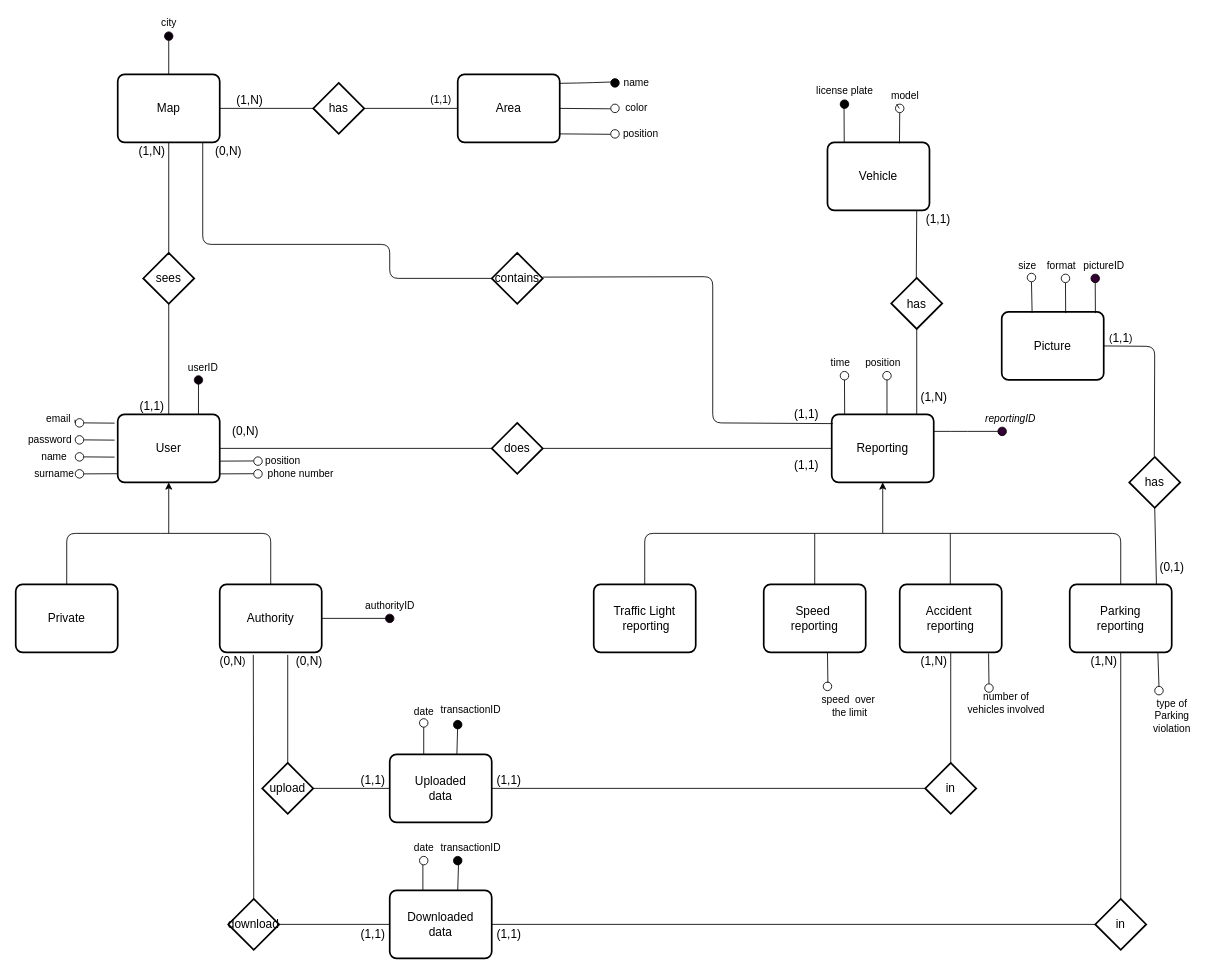
The draw.io diagram page "Page-3" (3 of 5) of DD diagrams/drawio files/section2Diagrams(GINO).drawio in AmeCarr/CarrioliCeruti, before the edit. Source tidied: cells renumbered, new cells numbered last; positions are measured from the earlier drawing's top-left corner, leaving out a move shared by most shapes. Both pictures are drawn from the tidied source at 85%, with x=0, y=0 at pixel (15, 14).
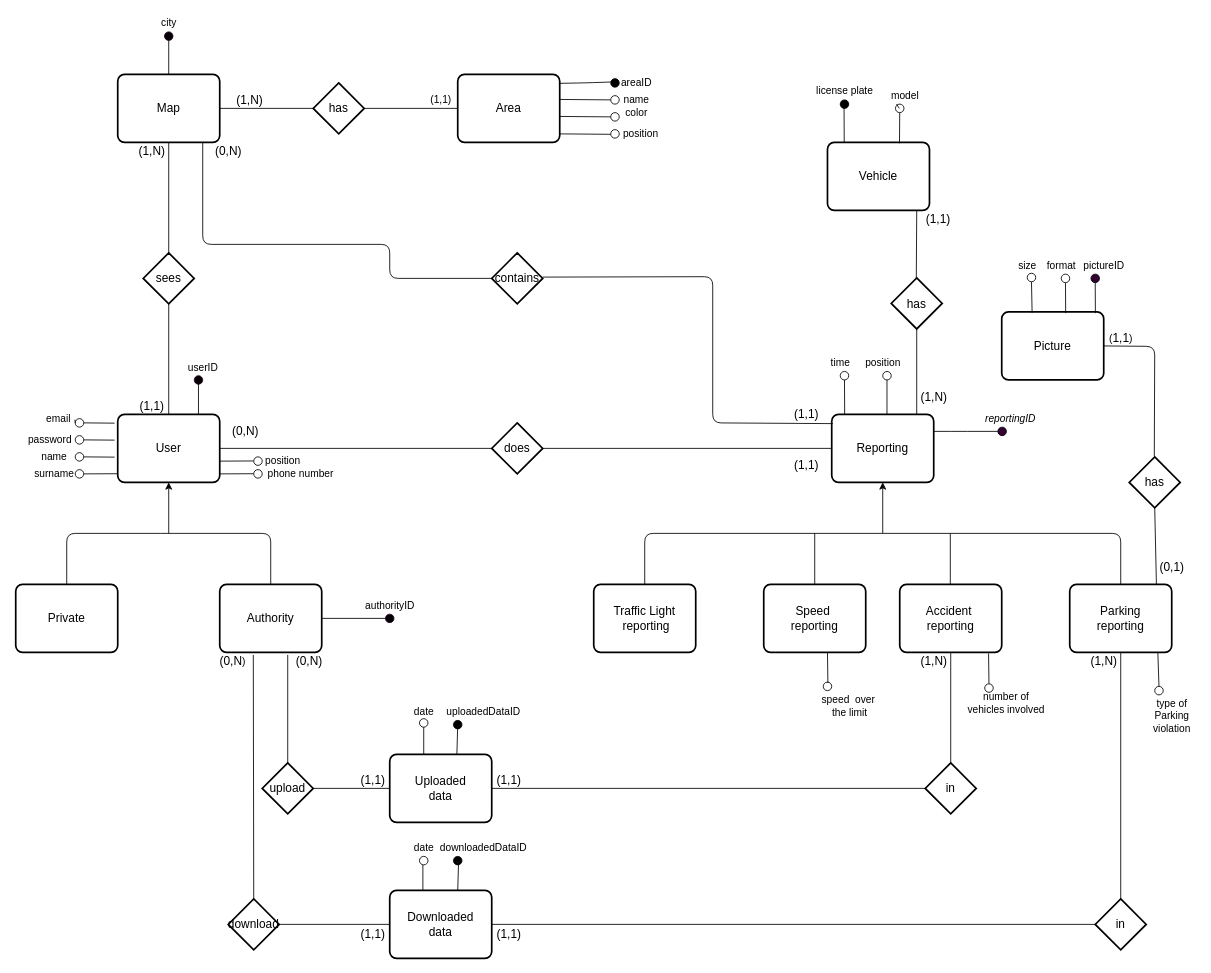
Above is the later version.

Change to the diagram source:
```diff
@@
-    <mxCell id="132" value="name" style="text;html=1;align=center;verticalAlign=middle;" parent="1" vertex="1">
+    <mxCell id="132" value="areaID" style="text;html=1;align=center;verticalAlign=middle;" parent="1" vertex="1">
       <mxGeometry x="705" y="70" width="50" height="20" as="geometry" />
     </mxCell>
     <mxCell id="133" style="endArrow=none;html=1;strokeColor=#000000;entryX=1;entryY=0.25;entryDx=0;entryDy=0;" parent="1" edge="1">
       <mxGeometry relative="1" as="geometry">
-        <mxPoint x="700" y="110.5" as="sourcePoint" />
-        <mxPoint x="640" y="110" as="targetPoint" />
+        <mxPoint x="700" y="120" as="sourcePoint" />
+        <mxPoint x="640" y="119.5" as="targetPoint" />
       </mxGeometry>
     </mxCell>
     <mxCell id="134" style="ellipse;whiteSpace=wrap;html=1;" parent="1" vertex="1">
-      <mxGeometry x="700" y="105" width="10" height="10" as="geometry" />
+      <mxGeometry x="700" y="115" width="10" height="10" as="geometry" />
     </mxCell>
     <mxCell id="135" value="color" style="text;html=1;align=center;verticalAlign=middle;" parent="1" vertex="1">
-      <mxGeometry x="710" y="100" width="40" height="20" as="geometry" />
+      <mxGeometry x="710" y="105" width="40" height="20" as="geometry" />
     </mxCell>
@@
-    <mxCell id="153" value="transactionID" style="text;html=1;align=center;verticalAlign=middle;" parent="1" vertex="1">
-      <mxGeometry x="490" y="808" width="90" height="20" as="geometry" />
+    <mxCell id="153" value="uploadedDataID" style="text;html=1;align=center;verticalAlign=middle;" parent="1" vertex="1">
+      <mxGeometry x="500" y="810" width="100" height="20" as="geometry" />
     </mxCell>
@@
-    <mxCell id="159" value="transactionID" style="text;html=1;align=center;verticalAlign=middle;" parent="1" vertex="1">
-      <mxGeometry x="490" y="970" width="90" height="20" as="geometry" />
+    <mxCell id="159" value="downloadedDataID" style="text;html=1;align=center;verticalAlign=middle;" parent="1" vertex="1">
+      <mxGeometry x="490" y="970" width="120" height="20" as="geometry" />
     </mxCell>
+    <mxCell id="160" style="endArrow=none;html=1;strokeColor=#000000;entryX=1;entryY=0.25;entryDx=0;entryDy=0;" parent="1" edge="1">
+      <mxGeometry relative="1" as="geometry">
+        <mxPoint x="700" y="100" as="sourcePoint" />
+        <mxPoint x="640" y="99.5" as="targetPoint" />
+      </mxGeometry>
+    </mxCell>
+    <mxCell id="161" style="ellipse;whiteSpace=wrap;html=1;" parent="1" vertex="1">
+      <mxGeometry x="700" y="95" width="10" height="10" as="geometry" />
+    </mxCell>
+    <mxCell id="162" value="name" style="text;html=1;align=center;verticalAlign=middle;" parent="1" vertex="1">
+      <mxGeometry x="705" y="90" width="50" height="20" as="geometry" />
+    </mxCell>
```
